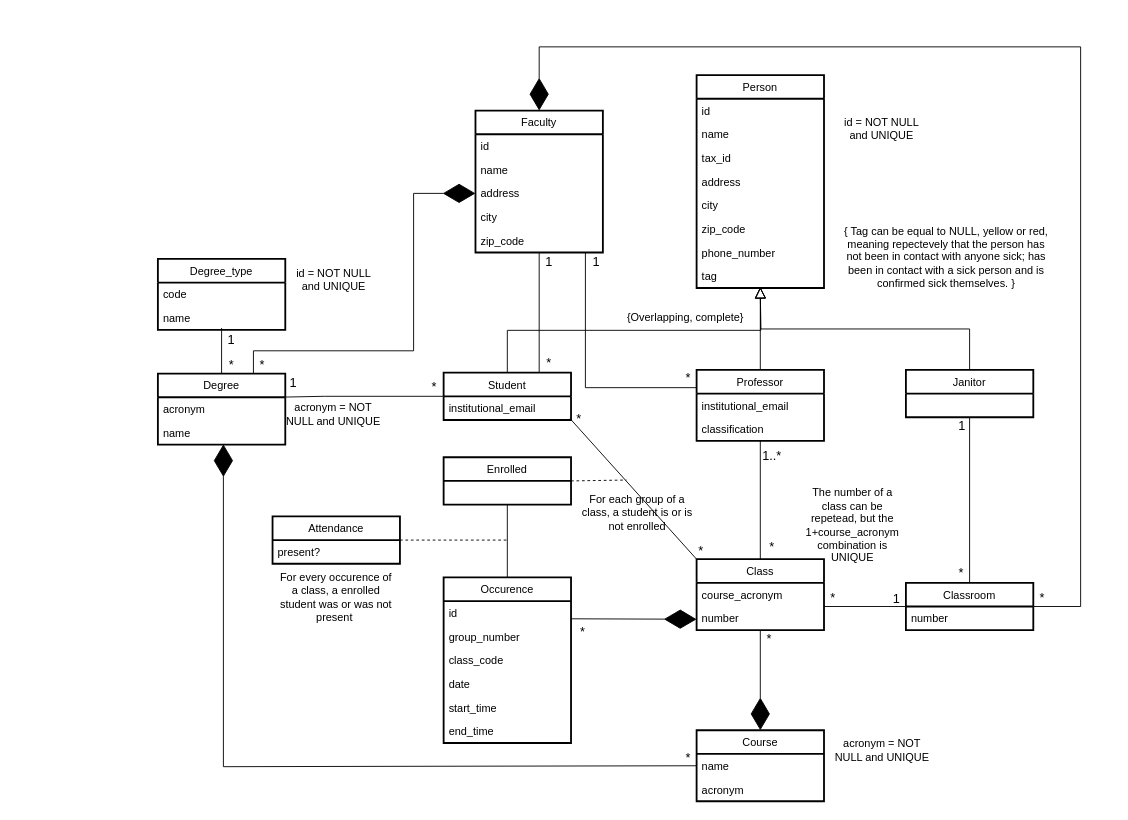
Earlier version of the draw.io diagram uml.drawio (maguinago/Covid-tracker). Source tidied: cells renumbered, new cells numbered last; positions are measured from the earlier drawing's top-left corner, leaving out a move shared by most shapes. Both pictures are drawn from the tidied source at 91%, with x=0, y=0 at pixel (157, 46).
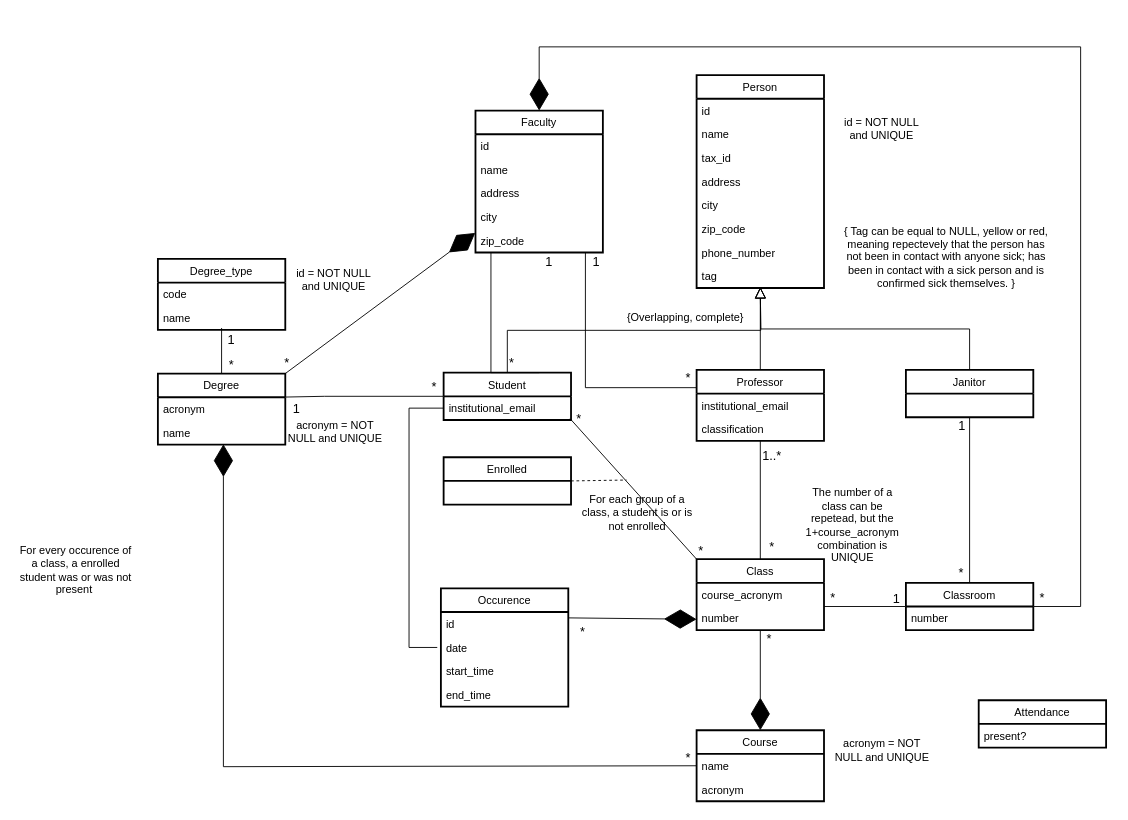
Above is the later version.

The change refers to these unchanged cells:
```xml
<mxCell id="15" value="Student" style="swimlane;fontStyle=0;horizontal=1;startSize=26;strokeWidth=2;swimlaneFillColor=#ffffff;" parent="1" vertex="1">
  <mxGeometry x="314" y="358" width="140" height="52" as="geometry" />
</mxCell>
<mxCell id="16" value="institutional_email" style="text;align=left;verticalAlign=top;spacingLeft=4;spacingRight=4;overflow=hidden;points=[[0,0.5],[1,0.5]];portConstraint=eastwest;" parent="15" vertex="1">
  <mxGeometry y="26" width="140" height="26" as="geometry" />
</mxCell>
<mxCell id="67" value="Degree" style="swimlane;fontStyle=0;horizontal=1;startSize=26;strokeWidth=2;swimlaneFillColor=#ffffff;" parent="1" vertex="1">
  <mxGeometry y="359" width="140" height="78" as="geometry" />
</mxCell>
<mxCell id="74" value="Enrolled" style="swimlane;fontStyle=0;horizontal=1;startSize=26;strokeWidth=2;swimlaneFillColor=#ffffff;" parent="1" vertex="1">
  <mxGeometry x="314" y="451" width="140" height="52" as="geometry" />
</mxCell>
<mxCell id="81" value="Faculty" style="swimlane;fontStyle=0;horizontal=1;startSize=26;strokeWidth=2;swimlaneFillColor=#ffffff;" parent="1" vertex="1">
  <mxGeometry x="349" y="70" width="140" height="156" as="geometry" />
</mxCell>
<mxCell id="84" value="address" style="text;align=left;verticalAlign=top;spacingLeft=4;spacingRight=4;overflow=hidden;points=[[0,0.5],[1,0.5]];portConstraint=eastwest;" parent="81" vertex="1">
  <mxGeometry y="78" width="140" height="26" as="geometry" />
</mxCell>
<mxCell id="85" value="city" style="text;align=left;verticalAlign=top;spacingLeft=4;spacingRight=4;overflow=hidden;points=[[0,0.5],[1,0.5]];portConstraint=eastwest;" parent="81" vertex="1">
  <mxGeometry y="104" width="140" height="26" as="geometry" />
</mxCell>
```

The edit, as a diff of the source:
```diff
@@
-    <mxCell id="32" style="edgeStyle=none;rounded=0;jettySize=auto;html=1;exitX=0.5;exitY=1;exitDx=0;exitDy=0;entryX=0.5;entryY=0;entryDx=0;entryDy=0;endArrow=none;endFill=0;endSize=33;" parent="1" edge="1" source="74" target="44">
-      <mxGeometry relative="1" as="geometry" />
-    </mxCell>
@@
     <mxCell id="44" value="Occurence" style="swimlane;fontStyle=0;horizontal=1;startSize=26;strokeWidth=2;swimlaneFillColor=#ffffff;" parent="1" vertex="1">
-      <mxGeometry x="314" y="583" width="140" height="182" as="geometry" />
+      <mxGeometry x="311" y="595" width="140" height="130" as="geometry" />
     </mxCell>
@@
-    <mxCell id="46" value="group_number" style="text;align=left;verticalAlign=top;spacingLeft=4;spacingRight=4;overflow=hidden;backgroundOutline=0;perimeterSpacing=4;" parent="44" vertex="1">
-      <mxGeometry y="52" width="140" height="26" as="geometry" />
-    </mxCell>
-    <mxCell id="47" value="class_code" style="text;align=left;verticalAlign=top;spacingLeft=4;spacingRight=4;overflow=hidden;backgroundOutline=0;perimeterSpacing=4;" parent="44" vertex="1">
-      <mxGeometry y="78" width="140" height="26" as="geometry" />
-    </mxCell>
     <mxCell id="48" value="date" style="text;align=left;verticalAlign=top;spacingLeft=4;spacingRight=4;overflow=hidden;points=[[0,0.5],[1,0.5]];portConstraint=eastwest;backgroundOutline=0;perimeterSpacing=4;" parent="44" vertex="1">
-      <mxGeometry y="104" width="140" height="26" as="geometry" />
+      <mxGeometry y="52" width="140" height="26" as="geometry" />
     </mxCell>
     <mxCell id="49" value="start_time" style="text;align=left;verticalAlign=top;spacingLeft=4;spacingRight=4;overflow=hidden;backgroundOutline=0;perimeterSpacing=4;" parent="44" vertex="1">
-      <mxGeometry y="130" width="140" height="26" as="geometry" />
+      <mxGeometry y="78" width="140" height="26" as="geometry" />
     </mxCell>
     <mxCell id="50" value="end_time" style="text;align=left;verticalAlign=top;spacingLeft=4;spacingRight=4;overflow=hidden;backgroundOutline=0;perimeterSpacing=4;" parent="44" vertex="1">
-      <mxGeometry y="156" width="140" height="26" as="geometry" />
+      <mxGeometry y="104" width="140" height="26" as="geometry" />
     </mxCell>
@@
-    <mxCell id="52" style="edgeStyle=none;rounded=0;jettySize=auto;html=1;exitX=1;exitY=0.5;exitDx=0;exitDy=0;endArrow=none;endFill=0;endSize=33;dashed=1;" parent="1" edge="1" source="53">
-      <mxGeometry relative="1" as="geometry">
-        <mxPoint x="384.8" y="542" as="targetPoint" />
-      </mxGeometry>
-    </mxCell>
     <mxCell id="53" value="Attendance" style="swimlane;fontStyle=0;horizontal=1;startSize=26;strokeWidth=2;swimlaneFillColor=#ffffff;" parent="1" vertex="1">
-      <mxGeometry x="126" y="516" width="140" height="52" as="geometry" />
+      <mxGeometry x="902" y="718" width="140" height="52" as="geometry" />
     </mxCell>
@@
     <mxCell id="59" value="For every occurence of a class, a enrolled student was or was not present&amp;nbsp;" style="text;html=1;strokeColor=none;fillColor=none;align=center;verticalAlign=middle;whiteSpace=wrap;rounded=0;" parent="1" vertex="1">
-      <mxGeometry x="130" y="579.5" width="132" height="51" as="geometry" />
+      <mxGeometry x="-156" y="549" width="132" height="51" as="geometry" />
     </mxCell>
@@
     <mxCell id="65" value="1" style="text;html=1;strokeColor=none;fillColor=none;align=center;verticalAlign=middle;whiteSpace=wrap;rounded=0;fontSize=14;" parent="1" vertex="1">
-      <mxGeometry x="147" y="364" width="4" height="10" as="geometry" />
+      <mxGeometry x="144.5" y="393" width="15" height="10" as="geometry" />
     </mxCell>
@@
     <mxCell id="78" style="edgeStyle=orthogonalEdgeStyle;rounded=0;jettySize=auto;html=1;exitX=0.5;exitY=1;exitDx=0;exitDy=0;entryX=0.75;entryY=0;entryDx=0;entryDy=0;endArrow=none;endFill=0;" parent="1" edge="1" source="81" target="15">
-      <mxGeometry relative="1" as="geometry" />
+      <mxGeometry relative="1" as="geometry">
+        <Array as="points">
+          <mxPoint x="366" y="226" />
+          <mxPoint x="366" y="358" />
+        </Array>
+      </mxGeometry>
     </mxCell>
@@
-    <mxCell id="80" style="edgeStyle=orthogonalEdgeStyle;rounded=0;jettySize=auto;html=1;exitX=0;exitY=0.5;exitDx=0;exitDy=0;entryX=0.75;entryY=0;entryDx=0;entryDy=0;startArrow=diamondThin;startFill=1;startSize=33;endArrow=none;endFill=0;" parent="1" edge="1" source="84" target="67">
-      <mxGeometry relative="1" as="geometry">
-        <Array as="points">
-          <mxPoint x="281" y="161" />
-          <mxPoint x="281" y="334" />
-          <mxPoint x="105" y="334" />
-        </Array>
-      </mxGeometry>
+    <mxCell id="80" style="rounded=0;jettySize=auto;html=1;exitX=-0.002;exitY=1.172;exitDx=0;exitDy=0;entryX=1;entryY=0;entryDx=0;entryDy=0;startArrow=diamondThin;startFill=1;startSize=33;endArrow=none;endFill=0;exitPerimeter=0;" parent="1" edge="1" source="85" target="67">
+      <mxGeometry relative="1" as="geometry" />
     </mxCell>
@@
     <mxCell id="92" value="*" style="text;html=1;strokeColor=none;fillColor=none;align=center;verticalAlign=middle;whiteSpace=wrap;rounded=0;fontSize=14;" parent="1" vertex="1">
-      <mxGeometry x="428" y="342" width="4" height="10" as="geometry" />
+      <mxGeometry x="346" y="342" width="86" height="10" as="geometry" />
     </mxCell>
@@
     <mxCell id="94" value="acronym = NOT NULL and UNIQUE&lt;br&gt;" style="text;html=1;strokeColor=none;fillColor=none;align=center;verticalAlign=middle;whiteSpace=wrap;rounded=0;" parent="1" vertex="1">
-      <mxGeometry x="138" y="394" width="110" height="20" as="geometry" />
+      <mxGeometry x="140" y="413" width="110" height="20" as="geometry" />
     </mxCell>
     <mxCell id="95" value="*" style="text;html=1;strokeColor=none;fillColor=none;align=center;verticalAlign=middle;whiteSpace=wrap;rounded=0;fontSize=14;" parent="1" vertex="1">
-      <mxGeometry x="113" y="344" width="4" height="10" as="geometry" />
+      <mxGeometry x="138.5" y="342" width="6" height="10" as="geometry" />
     </mxCell>
+    <mxCell id="96" style="edgeStyle=orthogonalEdgeStyle;rounded=0;jettySize=auto;html=1;exitX=0;exitY=0.5;exitDx=0;exitDy=0;entryX=0;entryY=0.5;entryDx=0;entryDy=0;endArrow=none;endFill=0;" parent="1" edge="1" source="16" target="48">
+      <mxGeometry relative="1" as="geometry">
+        <Array as="points">
+          <mxPoint x="276" y="397" />
+          <mxPoint x="276" y="660" />
+        </Array>
+      </mxGeometry>
+    </mxCell>
```
